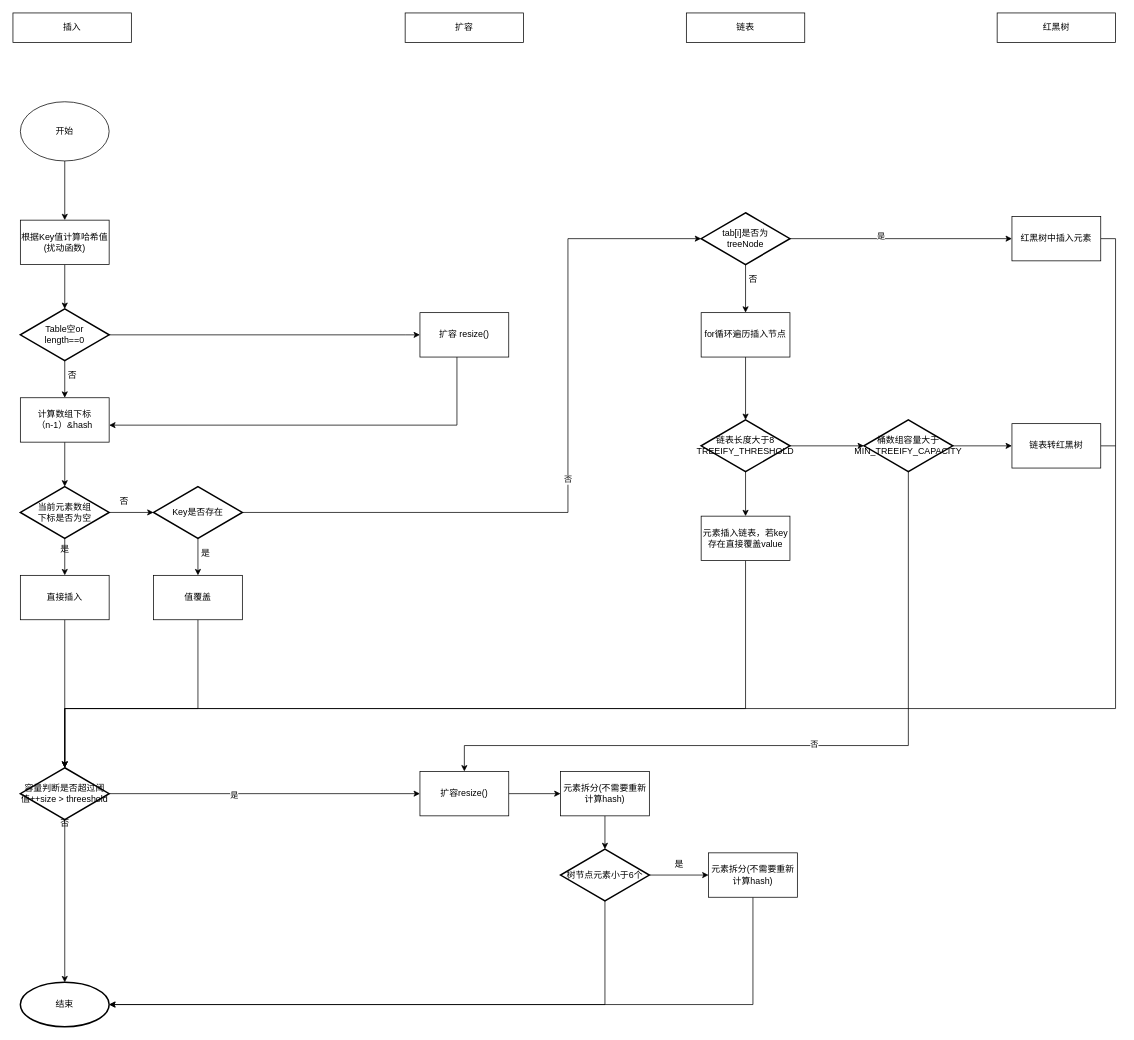
Earlier version of the draw.io diagram HashMap流程解析.drawio (oat1314/readme). Source tidied: cells renumbered, new cells numbered last; positions are measured from the earlier drawing's top-left corner, leaving out a move shared by most shapes. Both pictures are drawn from the tidied source at 74%, with x=0, y=0 at pixel (13, 13).
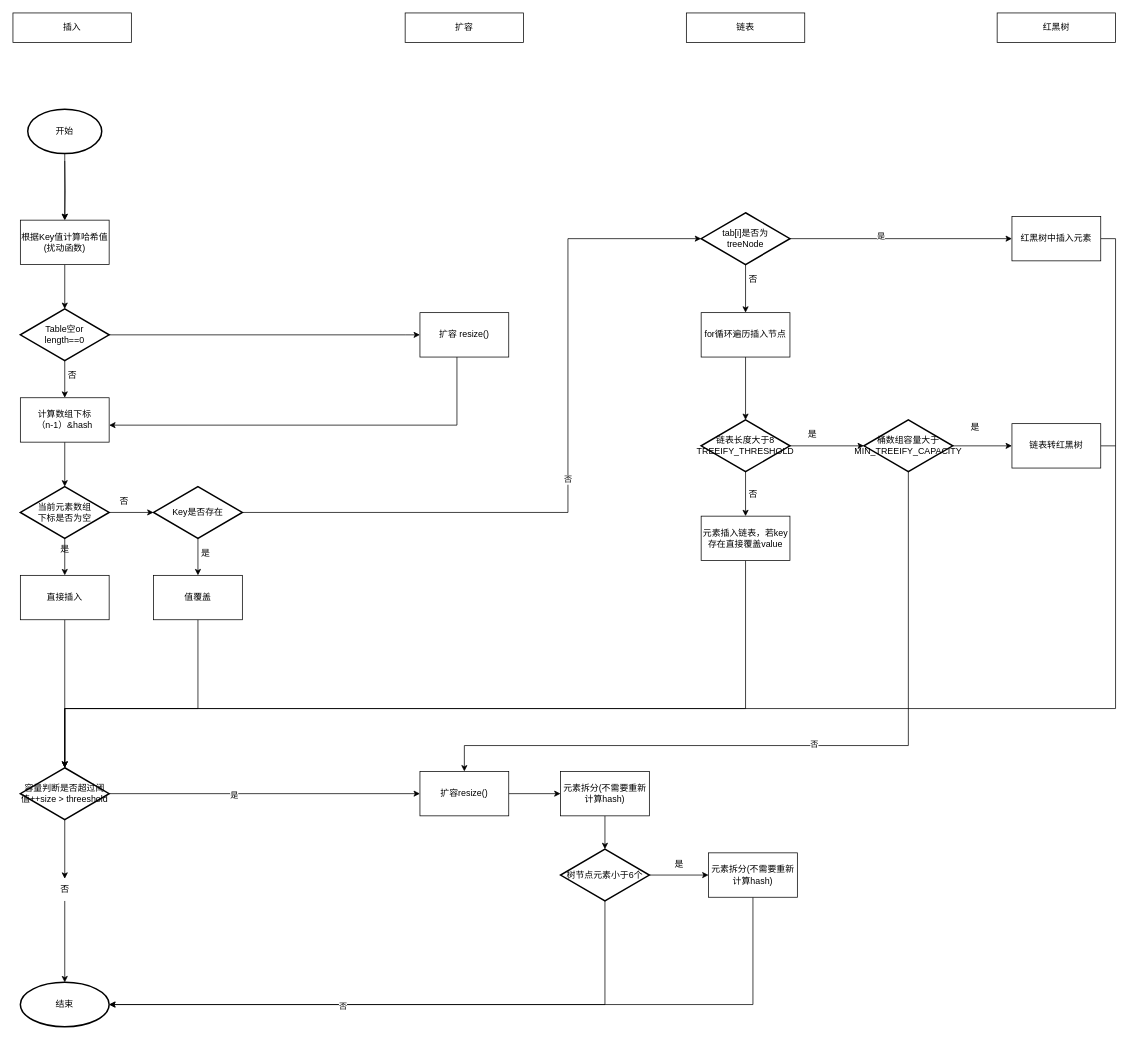
The same diagram, later.

Commit message (it also covers changes not shown here):
更新HashMap流程解析.drawio

Unchanged cells that the change refers to:
```xml
<mxCell id="5" value="根据Key值计算哈希值(扰动函数)" style="rounded=0;whiteSpace=wrap;html=1;" parent="1" vertex="1">
  <mxGeometry x="10" y="280" width="120" height="60" as="geometry" />
</mxCell>
<mxCell id="29" value="容量判断是否超过阈值++size &amp;gt; threeshold" style="strokeWidth=2;html=1;shape=mxgraph.flowchart.decision;whiteSpace=wrap;" parent="1" vertex="1">
  <mxGeometry x="10" y="1020" width="120" height="70" as="geometry" />
</mxCell>
<mxCell id="30" value="结束" style="strokeWidth=2;html=1;shape=mxgraph.flowchart.start_1;whiteSpace=wrap;" parent="1" vertex="1">
  <mxGeometry x="10" y="1310" width="120" height="60" as="geometry" />
</mxCell>
<mxCell id="65" style="edgeStyle=orthogonalEdgeStyle;rounded=0;jettySize=auto;html=1;entryX=1;entryY=0.5;entryDx=0;entryDy=0;entryPerimeter=0;" parent="1" edge="1" source="66" target="30">
  <mxGeometry relative="1" as="geometry">
    <Array as="points">
      <mxPoint x="1000" y="1340" />
    </Array>
  </mxGeometry>
</mxCell>
```

Diff of the diagram source:
```diff
@@
-    <mxCell id="2" style="edgeStyle=orthogonalEdgeStyle;rounded=0;jettySize=auto;html=1;entryX=0.5;entryY=0;entryDx=0;entryDy=0;" parent="1" edge="1" source="3" target="5">
-      <mxGeometry relative="1" as="geometry" />
+    <mxCell id="2" style="edgeStyle=orthogonalEdgeStyle;rounded=0;jettySize=auto;html=1;entryX=0.5;entryY=0;entryDx=0;entryDy=0;" parent="1" edge="1" target="5">
+      <mxGeometry relative="1" as="geometry">
+        <mxPoint x="70" y="200" as="sourcePoint" />
+      </mxGeometry>
     </mxCell>
-    <mxCell id="3" value="开始" style="ellipse;whiteSpace=wrap;html=1;" parent="1" vertex="1">
-      <mxGeometry x="10" y="120" width="120" height="80" as="geometry" />
-    </mxCell>
@@
-    <mxCell id="26" style="edgeStyle=orthogonalEdgeStyle;rounded=0;jettySize=auto;html=1;exitX=0.5;exitY=1;exitDx=0;exitDy=0;exitPerimeter=0;entryX=0.5;entryY=0;entryDx=0;entryDy=0;entryPerimeter=0;" parent="1" edge="1" source="29" target="30">
+    <mxCell id="26" style="edgeStyle=orthogonalEdgeStyle;rounded=0;jettySize=auto;html=1;exitX=0.5;exitY=1;exitDx=0;exitDy=0;exitPerimeter=0;entryX=0.5;entryY=0;entryDx=0;entryDy=0;entryPerimeter=0;" parent="1" edge="1" source="31" target="30">
       <mxGeometry relative="1" as="geometry" />
     </mxCell>
@@
-    <mxCell id="31" value="否" style="text;html=1;align=center;verticalAlign=middle;points=[];strokeColor=none;fillColor=none;" parent="1" vertex="1">
-      <mxGeometry x="50" y="1080" width="40" height="30" as="geometry" />
-    </mxCell>
@@
+    <mxCell id="68" value="否" style="edgeLabel;html=1;align=center;verticalAlign=middle;" parent="65" vertex="1">
+      <mxGeometry x="0.38" y="1" relative="1" as="geometry" />
+    </mxCell>
@@
+    <mxCell id="69" value="是" style="text;html=1;align=center;verticalAlign=middle;strokeColor=none;fillColor=none;" parent="1" vertex="1">
+      <mxGeometry x="1060" y="555" width="40" height="30" as="geometry" />
+    </mxCell>
+    <mxCell id="70" value="是" style="text;html=1;align=center;verticalAlign=middle;strokeColor=none;fillColor=none;" parent="1" vertex="1">
+      <mxGeometry x="1280" y="545" width="40" height="30" as="geometry" />
+    </mxCell>
+    <mxCell id="71" value="否" style="text;html=1;align=center;verticalAlign=middle;strokeColor=none;fillColor=none;" parent="1" vertex="1">
+      <mxGeometry x="980" y="635" width="40" height="30" as="geometry" />
+    </mxCell>
+    <mxCell id="72" style="edgeStyle=orthogonalEdgeStyle;rounded=0;jettySize=auto;html=1;exitX=0.5;exitY=1;exitDx=0;exitDy=0;exitPerimeter=0;entryX=0.5;entryY=0;entryDx=0;entryDy=0;" parent="1" edge="1" source="3" target="5">
+      <mxGeometry relative="1" as="geometry" />
+    </mxCell>
+    <mxCell id="3" value="开始" style="strokeWidth=2;html=1;shape=mxgraph.flowchart.start_1;whiteSpace=wrap;" parent="1" vertex="1">
+      <mxGeometry x="20" y="130" width="100" height="60" as="geometry" />
+    </mxCell>
+    <mxCell id="73" style="edgeStyle=orthogonalEdgeStyle;rounded=0;jettySize=auto;html=1;exitX=0.5;exitY=1;exitDx=0;exitDy=0;exitPerimeter=0;entryX=0.5;entryY=0;entryDx=0;entryDy=0;entryPerimeter=0;" parent="1" edge="1" source="29" target="31">
+      <mxGeometry relative="1" as="geometry" />
+    </mxCell>
+    <mxCell id="31" value="否" style="text;html=1;align=center;verticalAlign=middle;points=[];strokeColor=none;fillColor=none;" parent="1" vertex="1">
+      <mxGeometry x="50" y="1170" width="40" height="30" as="geometry" />
+    </mxCell>
```
